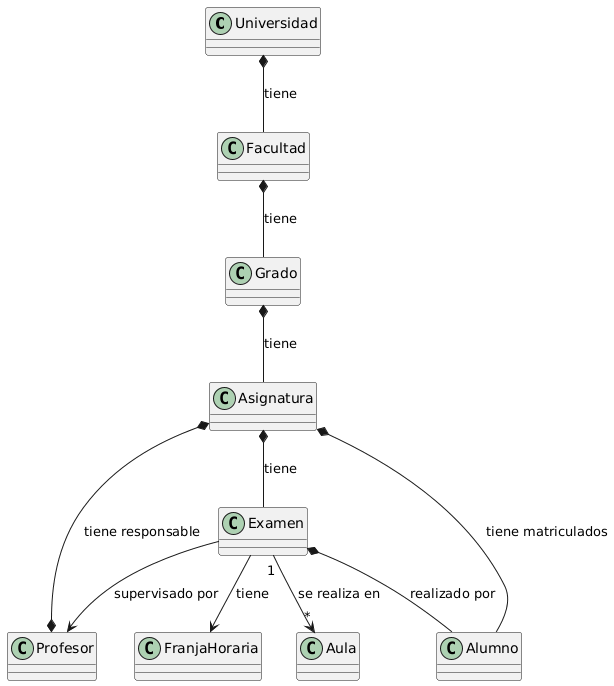
This is modelos/images/primeraReunionConCliente/DiagramaClases.png from Alejandrojuarez0105/25-26-IdSw1-SdR, a PlantUML export, as it was before one commit. Source of this version:
```plantuml
@startuml
class Universidad
class Facultad
class Grado
class Asignatura
class Profesor
class Alumno
class Examen
class Aula
class FranjaHoraria

Universidad *-- Facultad : tiene
Facultad *--  Grado : tiene
Grado *--  Asignatura : tiene

Asignatura *--* Profesor : tiene responsable
Asignatura *-- Examen : tiene
Asignatura *-- Alumno : tiene matriculados

Examen --> Profesor : supervisado por
Examen *-- Alumno : realizado por
Examen "1" --> "*" Aula : se realiza en

Examen --> FranjaHoraria : tiene
@enduml
```
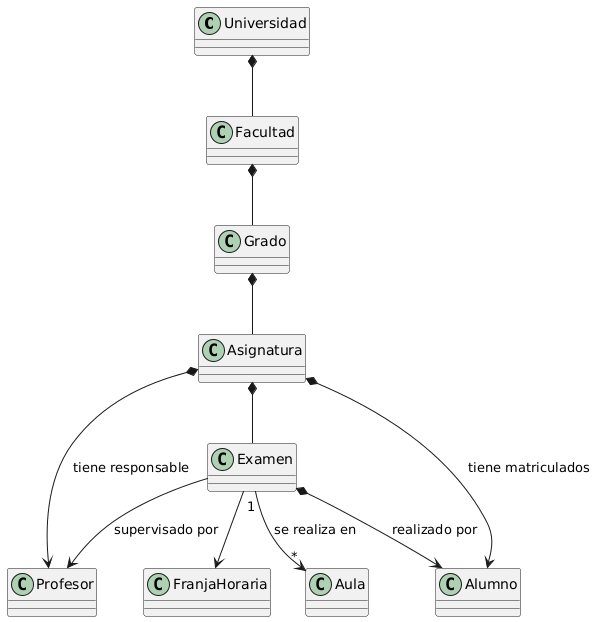
After the change.

Commit message:
Arreglo relaciones del diagrama de clases

Change to the diagram source:
```diff
@@ -3,23 +3,22 @@
 class Facultad
 class Grado
 class Asignatura
+class Examen
 class Profesor
+class FranjaHoraria
+class Aula
 class Alumno
-class Examen
-class Aula
-class FranjaHoraria
 
-Universidad *-- Facultad : tiene
-Facultad *--  Grado : tiene
-Grado *--  Asignatura : tiene
+Universidad *-- Facultad
+Facultad *-- Grado
+Grado *-- Asignatura
+Asignatura *-- Examen
 
-Asignatura *--* Profesor : tiene responsable
-Asignatura *-- Examen : tiene
-Asignatura *-- Alumno : tiene matriculados
+Asignatura *--> Profesor : tiene responsable
+Asignatura *--> Alumno : tiene matriculados
 
 Examen --> Profesor : supervisado por
-Examen *-- Alumno : realizado por
+Examen --> FranjaHoraria
 Examen "1" --> "*" Aula : se realiza en
-
-Examen --> FranjaHoraria : tiene
+Examen *--> Alumno : realizado por
 @enduml
```
